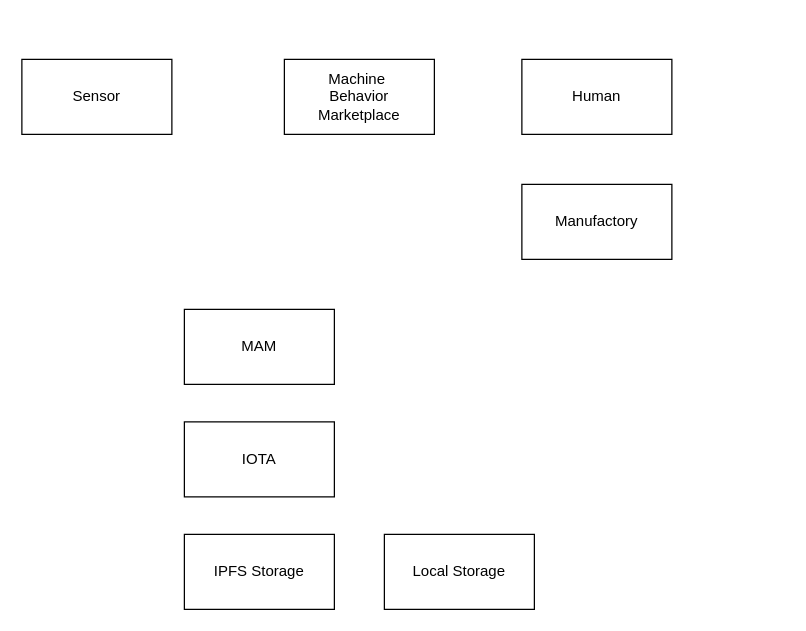
df595149790/df595149790.github.io keeps this draw.io diagram as media/dooyo_idea_mbm_1.drawio. Above is the earlier version. Source tidied: cells renumbered, new cells numbered last; positions are measured from the earlier drawing's top-left corner, leaving out a move shared by most shapes. Both pictures are drawn from the tidied source at 125%, with x=0, y=0 at pixel (21, 59).
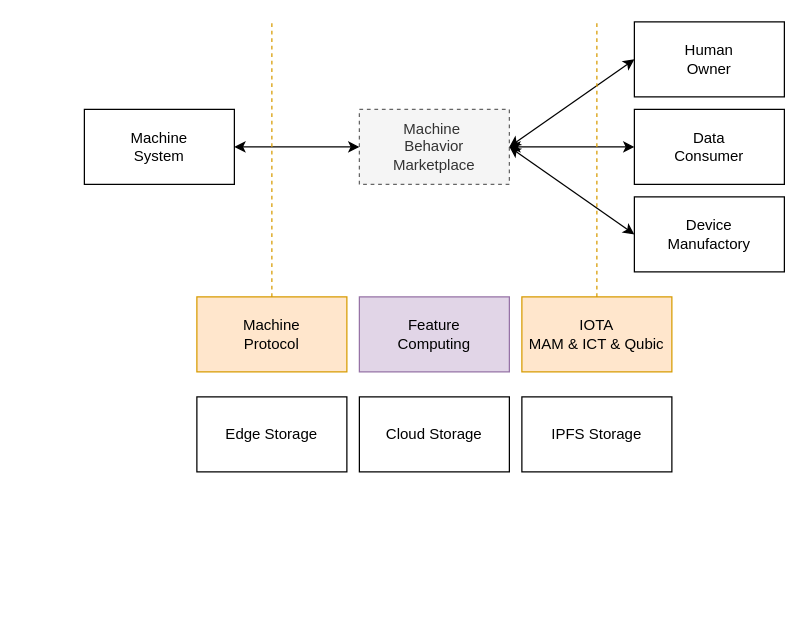
The same diagram, later.

What changed in the source:
```diff
@@
-    <mxCell id="2" value="&lt;span&gt;Machine&amp;nbsp;&lt;/span&gt;&lt;br&gt;&lt;span&gt;Behavior&lt;/span&gt;&lt;br&gt;&lt;span&gt;Marketplace&lt;/span&gt;" style="rounded=0;whiteSpace=wrap;html=1;" parent="1" vertex="1">
-      <mxGeometry x="210" width="120" height="60" as="geometry" />
+    <mxCell id="2" value="&lt;span&gt;Machine&amp;nbsp;&lt;/span&gt;&lt;br&gt;&lt;span&gt;Behavior&lt;/span&gt;&lt;br&gt;&lt;span&gt;Marketplace&lt;/span&gt;" style="rounded=0;whiteSpace=wrap;html=1;fillColor=#f5f5f5;strokeColor=#666666;fontColor=#333333;gradientColor=none;dashed=1;" parent="1" vertex="1">
+      <mxGeometry x="270" y="40" width="120" height="60" as="geometry" />
     </mxCell>
-    <mxCell id="3" value="Sensor" style="rounded=0;whiteSpace=wrap;html=1;" parent="1" vertex="1">
-      <mxGeometry width="120" height="60" as="geometry" />
+    <mxCell id="3" value="Machine&lt;br&gt;System&lt;br&gt;" style="rounded=0;whiteSpace=wrap;html=1;" parent="1" vertex="1">
+      <mxGeometry x="50" y="40" width="120" height="60" as="geometry" />
     </mxCell>
-    <mxCell id="4" value="Human&lt;br&gt;" style="rounded=0;whiteSpace=wrap;html=1;" parent="1" vertex="1">
-      <mxGeometry x="400" width="120" height="60" as="geometry" />
+    <mxCell id="4" value="Human&lt;br&gt;Owner&lt;br&gt;" style="rounded=0;whiteSpace=wrap;html=1;" parent="1" vertex="1">
+      <mxGeometry x="490" y="-30" width="120" height="60" as="geometry" />
     </mxCell>
-    <mxCell id="5" value="Manufactory&lt;br&gt;" style="rounded=0;whiteSpace=wrap;html=1;" parent="1" vertex="1">
-      <mxGeometry x="400" y="100" width="120" height="60" as="geometry" />
+    <mxCell id="5" value="Device&lt;br&gt;Manufactory&lt;br&gt;" style="rounded=0;whiteSpace=wrap;html=1;" parent="1" vertex="1">
+      <mxGeometry x="490" y="110" width="120" height="60" as="geometry" />
     </mxCell>
-    <mxCell id="6" value="MAM" style="rounded=0;whiteSpace=wrap;html=1;" parent="1" vertex="1">
-      <mxGeometry x="130" y="200" width="120" height="60" as="geometry" />
+    <mxCell id="6" value="IOTA&lt;br&gt;MAM &amp;amp; ICT &amp;amp; Qubic" style="rounded=0;whiteSpace=wrap;html=1;fillColor=#ffe6cc;strokeColor=#d79b00;" parent="1" vertex="1">
+      <mxGeometry x="400" y="190" width="120" height="60" as="geometry" />
     </mxCell>
-    <mxCell id="7" value="IOTA" style="rounded=0;whiteSpace=wrap;html=1;" parent="1" vertex="1">
-      <mxGeometry x="130" y="290" width="120" height="60" as="geometry" />
-    </mxCell>
     <mxCell id="8" value="IPFS Storage" style="rounded=0;whiteSpace=wrap;html=1;" parent="1" vertex="1">
-      <mxGeometry x="130" y="380" width="120" height="60" as="geometry" />
+      <mxGeometry x="400" y="270" width="120" height="60" as="geometry" />
     </mxCell>
-    <mxCell id="9" value="Local Storage" style="rounded=0;whiteSpace=wrap;html=1;" parent="1" vertex="1">
-      <mxGeometry x="290" y="380" width="120" height="60" as="geometry" />
+    <mxCell id="9" value="Edge Storage" style="rounded=0;whiteSpace=wrap;html=1;" parent="1" vertex="1">
+      <mxGeometry x="140" y="270" width="120" height="60" as="geometry" />
     </mxCell>
+    <mxCell id="10" value="Data&lt;br&gt;Consumer&lt;br&gt;" style="rounded=0;whiteSpace=wrap;html=1;" parent="1" vertex="1">
+      <mxGeometry x="490" y="40" width="120" height="60" as="geometry" />
+    </mxCell>
+    <mxCell id="11" style="endArrow=classic;startArrow=classic;html=1;exitX=1;exitY=0.5;exitDx=0;exitDy=0;entryX=0;entryY=0.5;entryDx=0;entryDy=0;" parent="1" edge="1" source="3" target="2">
+      <mxGeometry relative="1" as="geometry" />
+    </mxCell>
+    <mxCell id="12" style="endArrow=classic;startArrow=classic;html=1;entryX=0;entryY=0.5;entryDx=0;entryDy=0;exitX=1;exitY=0.5;exitDx=0;exitDy=0;" parent="1" edge="1" source="2" target="10">
+      <mxGeometry relative="1" as="geometry" />
+    </mxCell>
+    <mxCell id="13" style="endArrow=classic;startArrow=classic;html=1;entryX=0;entryY=0.5;entryDx=0;entryDy=0;exitX=1;exitY=0.5;exitDx=0;exitDy=0;" parent="1" edge="1" source="2" target="4">
+      <mxGeometry relative="1" as="geometry" />
+    </mxCell>
+    <mxCell id="14" style="endArrow=classic;startArrow=classic;html=1;entryX=0;entryY=0.5;entryDx=0;entryDy=0;exitX=1;exitY=0.5;exitDx=0;exitDy=0;" parent="1" edge="1" source="2" target="5">
+      <mxGeometry relative="1" as="geometry" />
+    </mxCell>
+    <mxCell id="15" value="Cloud Storage" style="rounded=0;whiteSpace=wrap;html=1;" parent="1" vertex="1">
+      <mxGeometry x="270" y="270" width="120" height="60" as="geometry" />
+    </mxCell>
+    <mxCell id="16" value="Machine&lt;br&gt;Protocol&lt;br&gt;" style="rounded=0;whiteSpace=wrap;html=1;fillColor=#ffe6cc;strokeColor=#d79b00;" parent="1" vertex="1">
+      <mxGeometry x="140" y="190" width="120" height="60" as="geometry" />
+    </mxCell>
+    <mxCell id="17" style="endArrow=none;dashed=1;html=1;exitX=0.5;exitY=0;exitDx=0;exitDy=0;fillColor=#ffe6cc;strokeColor=#d79b00;" parent="1" edge="1" source="16">
+      <mxGeometry relative="1" as="geometry">
+        <mxPoint x="200" y="-30" as="targetPoint" />
+      </mxGeometry>
+    </mxCell>
+    <mxCell id="18" style="endArrow=none;dashed=1;html=1;exitX=0.5;exitY=0;exitDx=0;exitDy=0;fillColor=#ffe6cc;strokeColor=#d79b00;" parent="1" edge="1" source="6">
+      <mxGeometry relative="1" as="geometry">
+        <mxPoint x="460" y="-30" as="targetPoint" />
+      </mxGeometry>
+    </mxCell>
+    <mxCell id="19" value="Feature&lt;br&gt;Computing" style="rounded=0;whiteSpace=wrap;html=1;fillColor=#e1d5e7;strokeColor=#9673a6;" parent="1" vertex="1">
+      <mxGeometry x="270" y="190" width="120" height="60" as="geometry" />
+    </mxCell>
```
